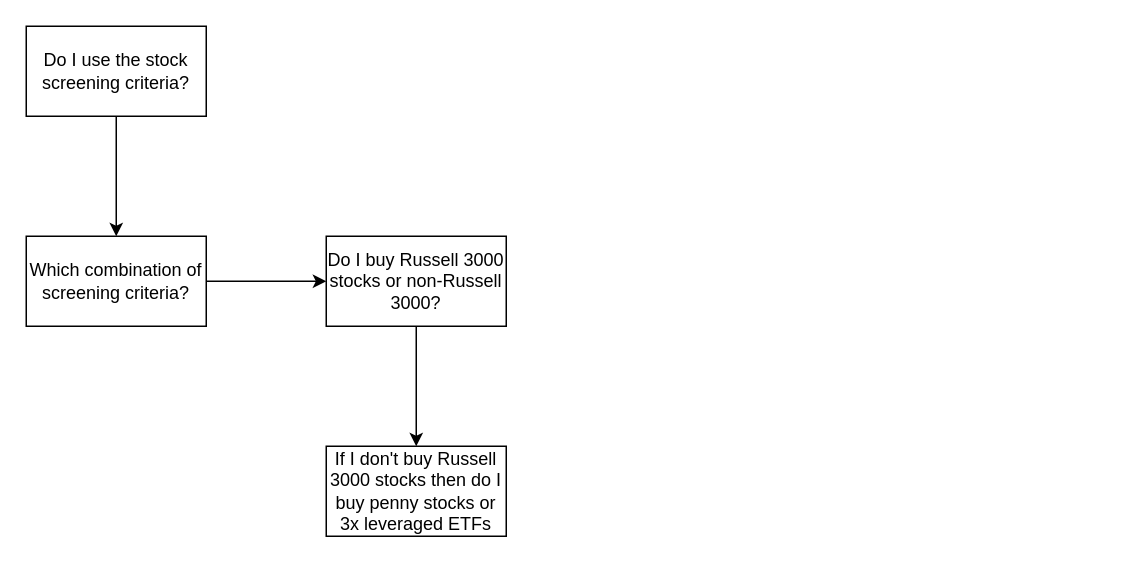
This is InfluenceDiagram.drawio from brianferrell787/StockDecisisionTree, a draw.io file, before an edit. Source tidied: cells renumbered, new cells numbered last; positions are measured from the earlier drawing's top-left corner, leaving out a move shared by most shapes. Both pictures are drawn from the tidied source at 150%, with x=0, y=0 at pixel (26, 26).
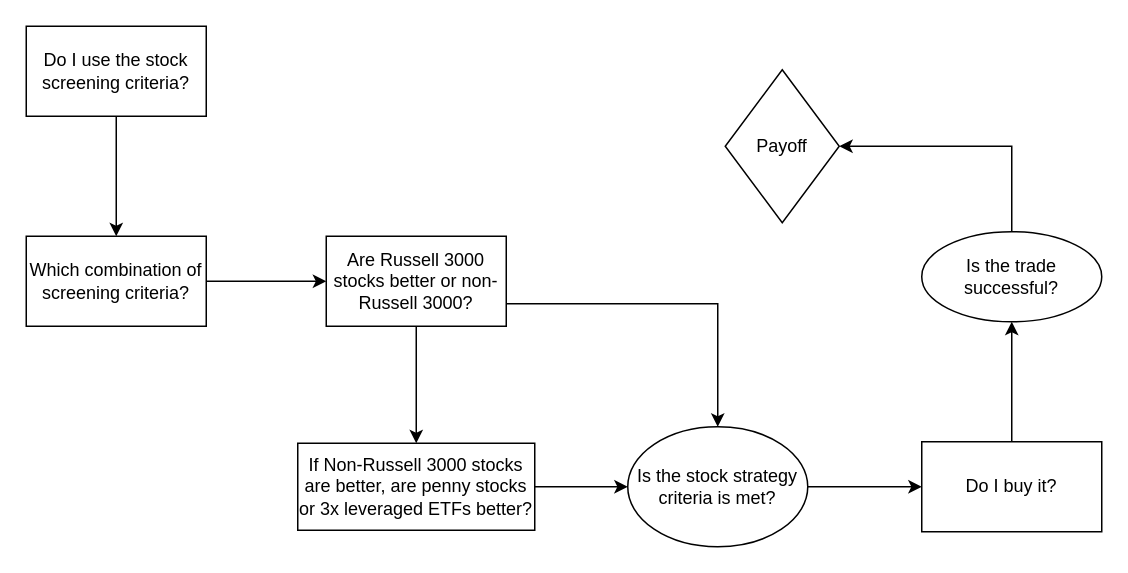
Above is the later version.

What changed in the source:
```diff
@@
 <mxGraphModel>
   <root>
     <mxCell id="0" />
     <mxCell id="1" parent="0" />
     <mxCell id="2" style="edgeStyle=orthogonalEdgeStyle;rounded=0;jettySize=auto;html=1;" parent="1" edge="1" source="3" target="5">
       <mxGeometry relative="1" as="geometry" />
     </mxCell>
     <mxCell id="3" value="Do I use the stock screening criteria?" style="rounded=0;whiteSpace=wrap;html=1;" parent="1" vertex="1">
       <mxGeometry width="120" height="60" as="geometry" />
     </mxCell>
     <mxCell id="4" style="edgeStyle=orthogonalEdgeStyle;rounded=0;jettySize=auto;html=1;" parent="1" edge="1" source="5" target="7">
       <mxGeometry relative="1" as="geometry" />
     </mxCell>
     <mxCell id="5" value="Which combination of screening criteria?" style="whiteSpace=wrap;html=1;rounded=0;" parent="1" vertex="1">
       <mxGeometry y="140" width="120" height="60" as="geometry" />
     </mxCell>
     <mxCell id="6" style="edgeStyle=orthogonalEdgeStyle;rounded=0;jettySize=auto;html=1;" parent="1" edge="1" source="7" target="8">
       <mxGeometry relative="1" as="geometry" />
     </mxCell>
+    <mxCell id="9" style="edgeStyle=orthogonalEdgeStyle;rounded=0;jettySize=auto;html=1;exitX=1;exitY=0.75;exitDx=0;exitDy=0;entryX=0.5;entryY=0;entryDx=0;entryDy=0;" parent="1" edge="1" source="7" target="12">
+      <mxGeometry relative="1" as="geometry" />
+    </mxCell>
-    <mxCell id="7" value="Do I buy Russell 3000 stocks or non-Russell 3000?" style="whiteSpace=wrap;html=1;rounded=0;" parent="1" vertex="1">
+    <mxCell id="7" value="Are Russell 3000 stocks better or non-Russell 3000?" style="whiteSpace=wrap;html=1;rounded=0;" parent="1" vertex="1">
       <mxGeometry x="200" y="140" width="120" height="60" as="geometry" />
     </mxCell>
+    <mxCell id="10" style="edgeStyle=orthogonalEdgeStyle;rounded=0;jettySize=auto;html=1;" parent="1" edge="1" source="8" target="12">
+      <mxGeometry relative="1" as="geometry" />
+    </mxCell>
-    <mxCell id="8" value="If I don't buy Russell 3000 stocks then do I buy penny stocks or 3x leveraged ETFs" style="whiteSpace=wrap;html=1;rounded=0;" parent="1" vertex="1">
-      <mxGeometry x="200" y="280" width="120" height="60" as="geometry" />
+    <mxCell id="8" value="If Non-Russell 3000 stocks are better, are penny stocks or 3x leveraged ETFs better?" style="whiteSpace=wrap;html=1;rounded=0;" parent="1" vertex="1">
+      <mxGeometry x="181" y="278" width="158" height="58" as="geometry" />
     </mxCell>
+    <mxCell id="11" style="edgeStyle=orthogonalEdgeStyle;rounded=0;jettySize=auto;html=1;" parent="1" edge="1" source="12" target="14">
+      <mxGeometry relative="1" as="geometry" />
+    </mxCell>
+    <mxCell id="12" value="Is the stock strategy criteria is met?" style="ellipse;whiteSpace=wrap;html=1;" parent="1" vertex="1">
+      <mxGeometry x="401" y="267" width="120" height="80" as="geometry" />
+    </mxCell>
+    <mxCell id="13" style="edgeStyle=orthogonalEdgeStyle;rounded=0;jettySize=auto;html=1;" parent="1" edge="1" source="14" target="16">
+      <mxGeometry relative="1" as="geometry" />
+    </mxCell>
+    <mxCell id="14" value="Do I buy it?" style="whiteSpace=wrap;html=1;" parent="1" vertex="1">
+      <mxGeometry x="597" y="277" width="120" height="60" as="geometry" />
+    </mxCell>
+    <mxCell id="15" style="edgeStyle=orthogonalEdgeStyle;rounded=0;jettySize=auto;html=1;exitX=0;exitY=0;exitDx=0;exitDy=0;entryX=1;entryY=0.5;entryDx=0;entryDy=0;" parent="1" edge="1" source="16" target="17">
+      <mxGeometry relative="1" as="geometry">
+        <Array as="points">
+          <mxPoint x="657" y="146" />
+          <mxPoint x="657" y="80" />
+        </Array>
+      </mxGeometry>
+    </mxCell>
+    <mxCell id="16" value="Is the trade successful?" style="ellipse;whiteSpace=wrap;html=1;" parent="1" vertex="1">
+      <mxGeometry x="597" y="137" width="120" height="60" as="geometry" />
+    </mxCell>
+    <mxCell id="17" value="Payoff" style="rhombus;whiteSpace=wrap;html=1;" parent="1" vertex="1">
+      <mxGeometry x="466" y="29" width="76" height="102" as="geometry" />
+    </mxCell>
   </root>
 </mxGraphModel>
```
